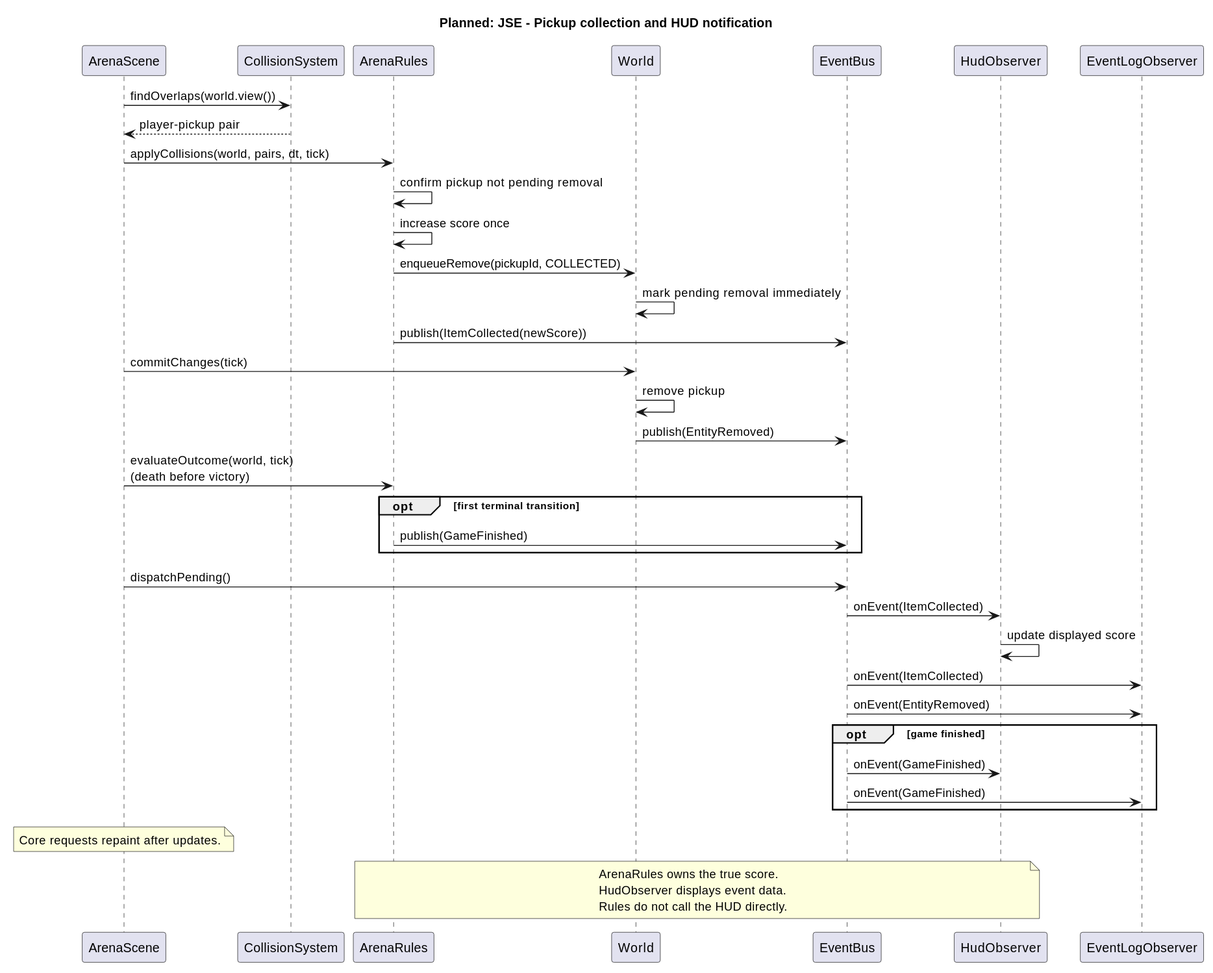
Before: docs/uml/rendered/collection-sequence.svg, a diagram exported from PlantUML (AlmazCode/JSE).
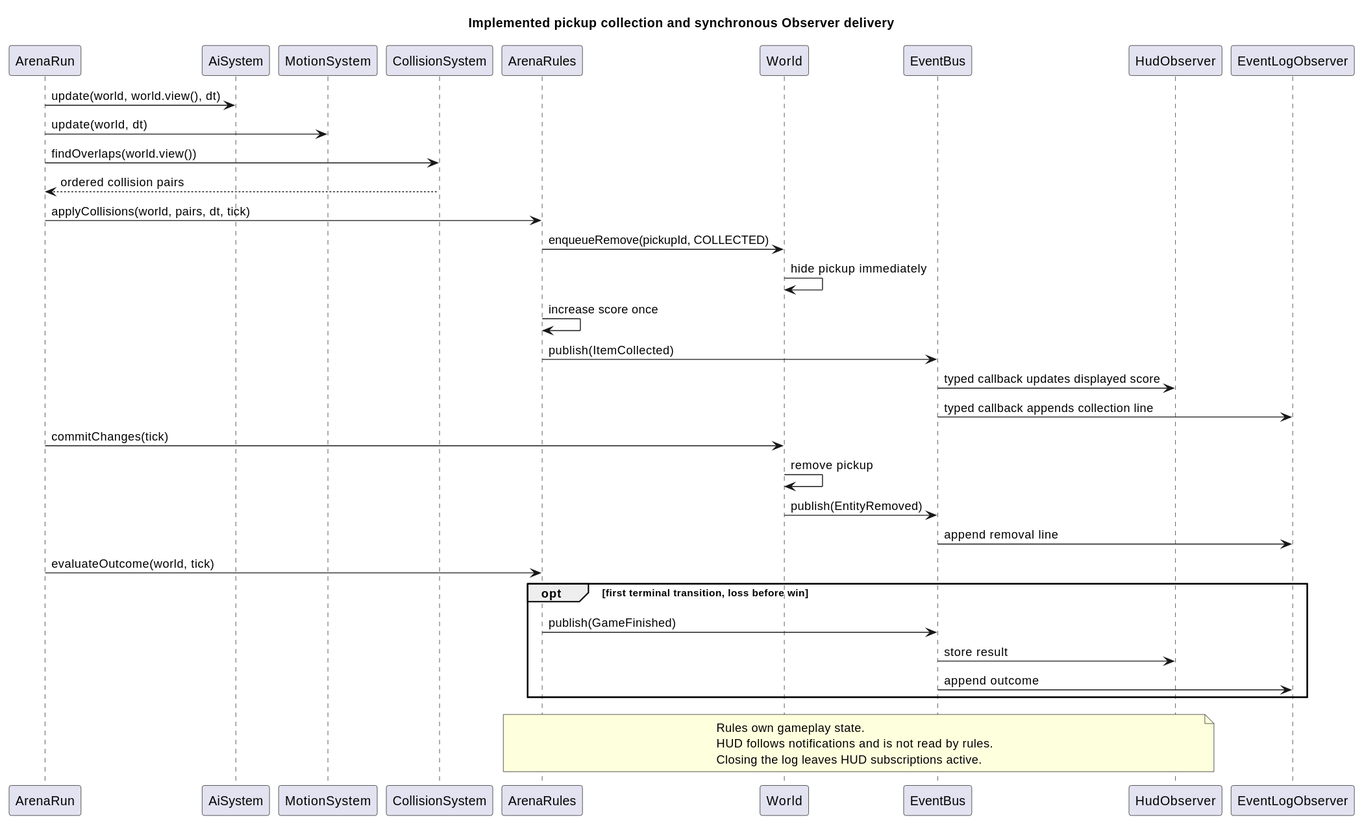
The same file after the commit.

Change to the diagram source:
```diff
@@ -1,42 +1,38 @@
 @startuml
-title Planned: JSE - Pickup collection and HUD notification
-participant ArenaScene as Scene
+title Implemented pickup collection and synchronous Observer delivery
+participant ArenaRun as Run
+participant AiSystem as AI
+participant MotionSystem as Motion
 participant CollisionSystem as Collision
 participant ArenaRules as Rules
 participant World
 participant EventBus as Bus
 participant HudObserver as Hud
 participant EventLogObserver as Log
-Scene -> Collision : findOverlaps(world.view())
-Collision --> Scene : player-pickup pair
-Scene -> Rules : applyCollisions(world, pairs, dt, tick)
-Rules -> Rules : confirm pickup not pending removal
+Run -> AI : update(world, world.view(), dt)
+Run -> Motion : update(world, dt)
+Run -> Collision : findOverlaps(world.view())
+Collision --> Run : ordered collision pairs
+Run -> Rules : applyCollisions(world, pairs, dt, tick)
+Rules -> World : enqueueRemove(pickupId, COLLECTED)
+World -> World : hide pickup immediately
 Rules -> Rules : increase score once
-Rules -> World : enqueueRemove(pickupId, COLLECTED)
-World -> World : mark pending removal immediately
-Rules -> Bus : publish(ItemCollected(newScore))
-Scene -> World : commitChanges(tick)
+Rules -> Bus : publish(ItemCollected)
+Bus -> Hud : typed callback updates displayed score
+Bus -> Log : typed callback appends collection line
+Run -> World : commitChanges(tick)
 World -> World : remove pickup
 World -> Bus : publish(EntityRemoved)
-Scene -> Rules : evaluateOutcome(world, tick)\n(death before victory)
-opt first terminal transition
+Bus -> Log : append removal line
+Run -> Rules : evaluateOutcome(world, tick)
+opt first terminal transition, loss before win
   Rules -> Bus : publish(GameFinished)
+  Bus -> Hud : store result
+  Bus -> Log : append outcome
 end
-Scene -> Bus : dispatchPending()
-Bus -> Hud : onEvent(ItemCollected)
-Hud -> Hud : update displayed score
-Bus -> Log : onEvent(ItemCollected)
-Bus -> Log : onEvent(EntityRemoved)
-opt game finished
-  Bus -> Hud : onEvent(GameFinished)
-  Bus -> Log : onEvent(GameFinished)
-end
-note over Scene
-Core requests repaint after updates.
-end note
 note over Rules,Hud
-ArenaRules owns the true score.
-HudObserver displays event data.
-Rules do not call the HUD directly.
+Rules own gameplay state.
+HUD follows notifications and is not read by rules.
+Closing the log leaves HUD subscriptions active.
 end note
 @enduml
```
